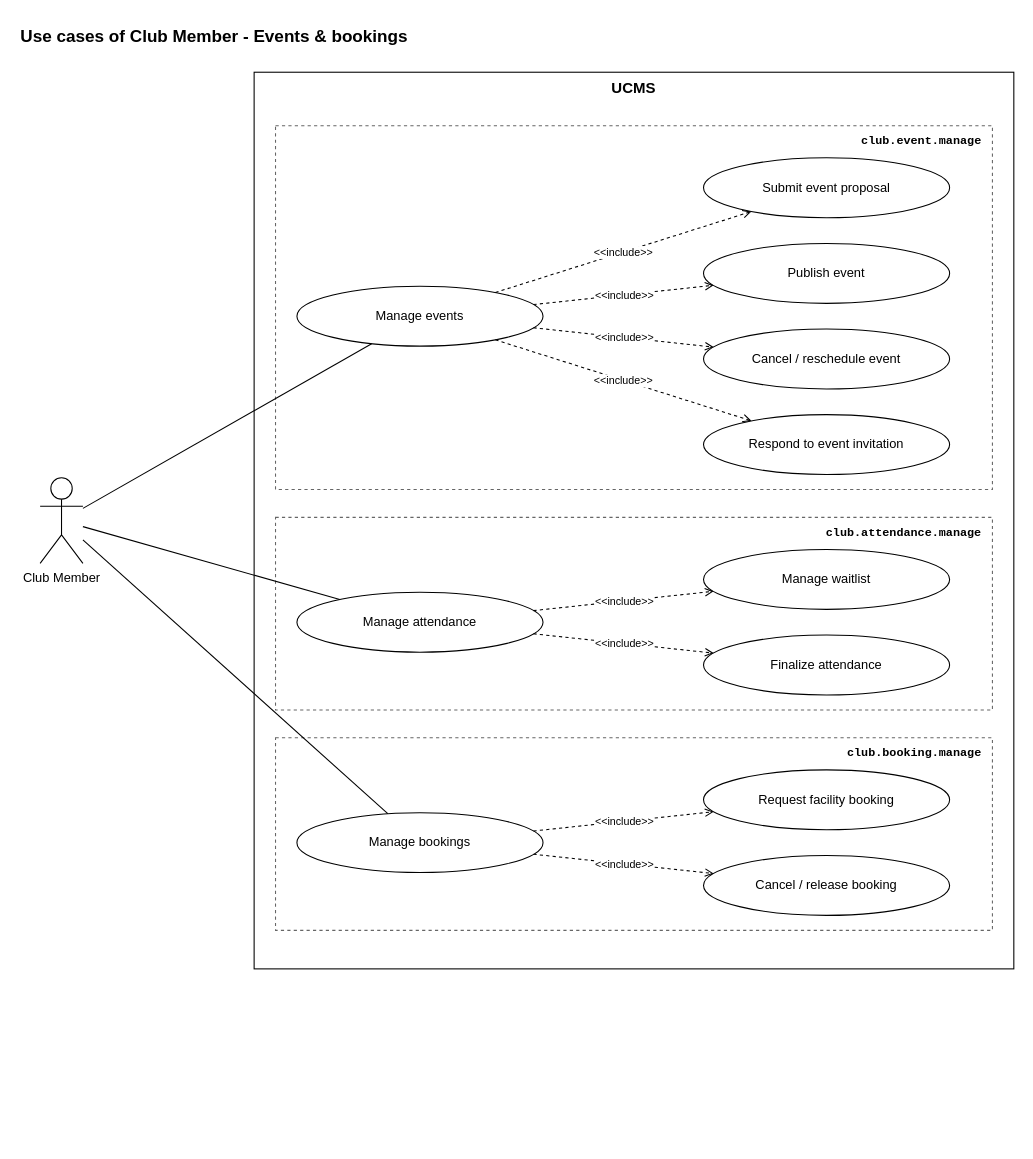
nvdekay/ClubManagementSystem keeps this draw.io diagram as page "Club Member 2 - Events & bookings" (5 of 9) of docs/03-diagrams/UCMS_UseCase_ByActor.drawio. Above is the earlier version. Source tidied: cells renumbered, new cells numbered last; positions are measured from the earlier drawing's top-left corner, leaving out a move shared by most shapes. Both pictures are drawn from the tidied source at 107%, with x=0, y=0 at pixel (18, 18).
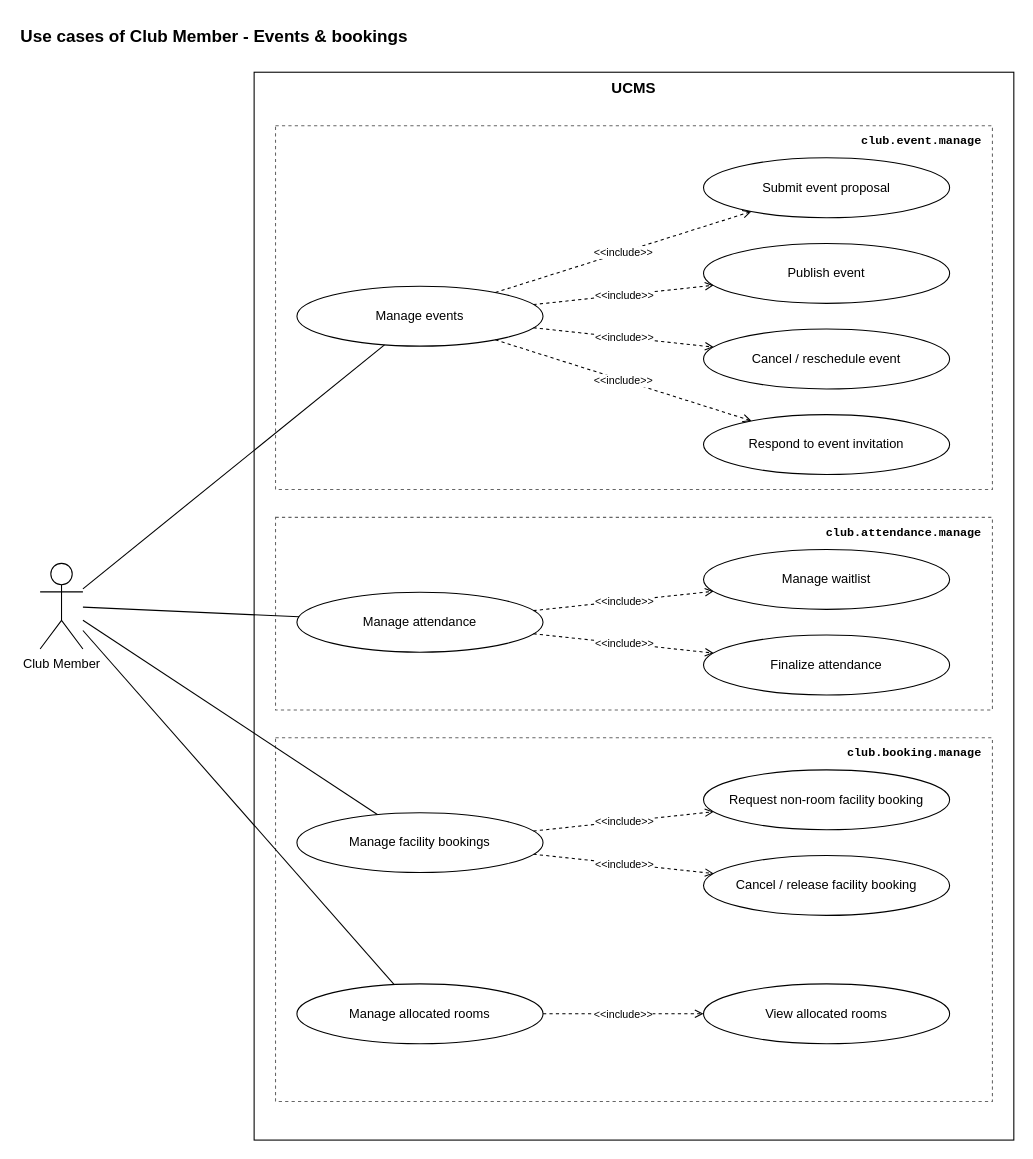
The same page after the edit.

Diff of the diagram source:
```diff
@@
     <mxCell id="3" value="UCMS" style="rounded=0;whiteSpace=wrap;html=1;fillColor=none;strokeColor=#000000;verticalAlign=top;fontStyle=1;fontSize=14;" parent="1" vertex="1">
-      <mxGeometry x="220" y="50" width="710" height="838" as="geometry" />
+      <mxGeometry x="220" y="50" width="710" height="998" as="geometry" />
     </mxCell>
     <mxCell id="4" value="Club Member" style="shape=umlActor;verticalLabelPosition=bottom;verticalAlign=top;html=1;outlineConnect=0;fillColor=#ffffff;strokeColor=#000000;" parent="1" vertex="1">
-      <mxGeometry x="20" y="429" width="40" height="80" as="geometry" />
+      <mxGeometry x="20" y="509" width="40" height="80" as="geometry" />
     </mxCell>
@@
     <mxCell id="7" value="club.booking.manage" style="rounded=0;whiteSpace=wrap;html=1;fillColor=none;strokeColor=#666666;dashed=1;verticalAlign=top;align=right;spacingRight=8;spacingTop=2;fontSize=11;fontFamily=Courier New;fontStyle=1;" parent="1" vertex="1">
-      <mxGeometry x="240" y="672" width="670" height="180" as="geometry" />
+      <mxGeometry x="240" y="672" width="670" height="340" as="geometry" />
     </mxCell>
@@
-    <mxCell id="24" value="Manage bookings" style="ellipse;whiteSpace=wrap;html=1;fillColor=#ffffff;strokeColor=#000000;fontSize=12;" parent="1" vertex="1">
+    <mxCell id="24" value="Manage facility bookings" style="ellipse;whiteSpace=wrap;html=1;fillColor=#ffffff;strokeColor=#000000;fontSize=12;" parent="1" vertex="1">
       <mxGeometry x="260" y="742" width="230" height="56" as="geometry" />
     </mxCell>
@@
-    <mxCell id="26" value="Cancel / release booking" style="ellipse;whiteSpace=wrap;html=1;fillColor=#ffffff;strokeColor=#000000;fontSize=12;" parent="1" vertex="1">
+    <mxCell id="26" value="Cancel / release facility booking" style="ellipse;whiteSpace=wrap;html=1;fillColor=#ffffff;strokeColor=#000000;fontSize=12;" parent="1" vertex="1">
       <mxGeometry x="640" y="782" width="230" height="56" as="geometry" />
     </mxCell>
@@
-    <mxCell id="28" value="Request facility booking" style="ellipse;whiteSpace=wrap;html=1;fillColor=#ffffff;strokeColor=#000000;fontSize=12;" parent="1" vertex="1">
+    <mxCell id="28" value="Request non-room facility booking" style="ellipse;whiteSpace=wrap;html=1;fillColor=#ffffff;strokeColor=#000000;fontSize=12;" parent="1" vertex="1">
       <mxGeometry x="640" y="702" width="230" height="56" as="geometry" />
     </mxCell>
@@
+    <mxCell id="30" value="Manage allocated rooms" style="ellipse;whiteSpace=wrap;html=1;fillColor=#ffffff;strokeColor=#000000;fontSize=12;" parent="1" vertex="1">
+      <mxGeometry x="260" y="902" width="230" height="56" as="geometry" />
+    </mxCell>
+    <mxCell id="31" style="endArrow=none;html=1;strokeColor=#000000;" parent="1" edge="1" source="4" target="30">
+      <mxGeometry relative="1" as="geometry" />
+    </mxCell>
+    <mxCell id="32" value="View allocated rooms" style="ellipse;whiteSpace=wrap;html=1;fillColor=#ffffff;strokeColor=#000000;fontSize=12;" parent="1" vertex="1">
+      <mxGeometry x="640" y="902" width="230" height="56" as="geometry" />
+    </mxCell>
+    <mxCell id="33" value="&amp;lt;&amp;lt;include&amp;gt;&amp;gt;" style="endArrow=open;dashed=1;html=1;strokeColor=#000000;fontSize=10;labelBackgroundColor=#ffffff;" parent="1" edge="1" source="30" target="32">
+      <mxGeometry relative="1" as="geometry" />
+    </mxCell>
```
